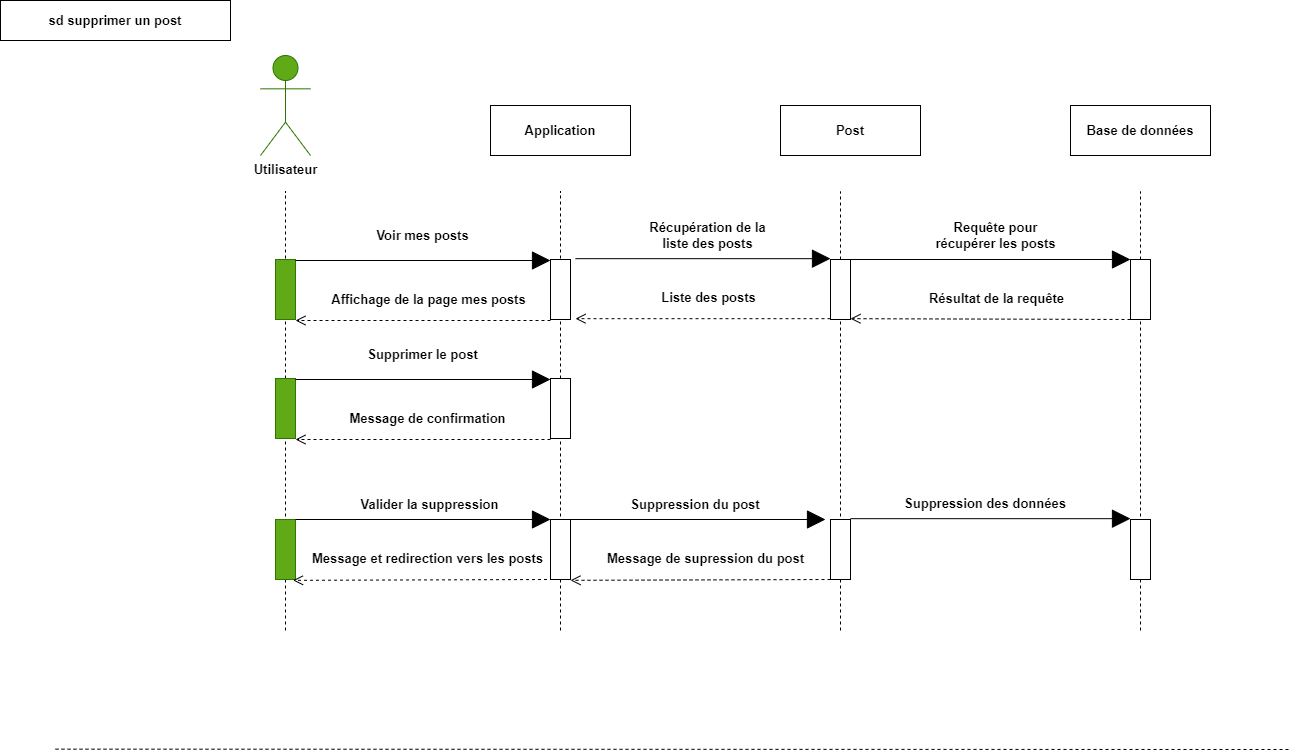
The draw.io diagram Diagrammes UML/Diagramme de sequence supprimer un post.png in maxADev/Blog, before a commit. Source tidied: cells renumbered, new cells last; positions are measured from the earlier drawing's top-left corner, leaving out a move shared by most shapes.
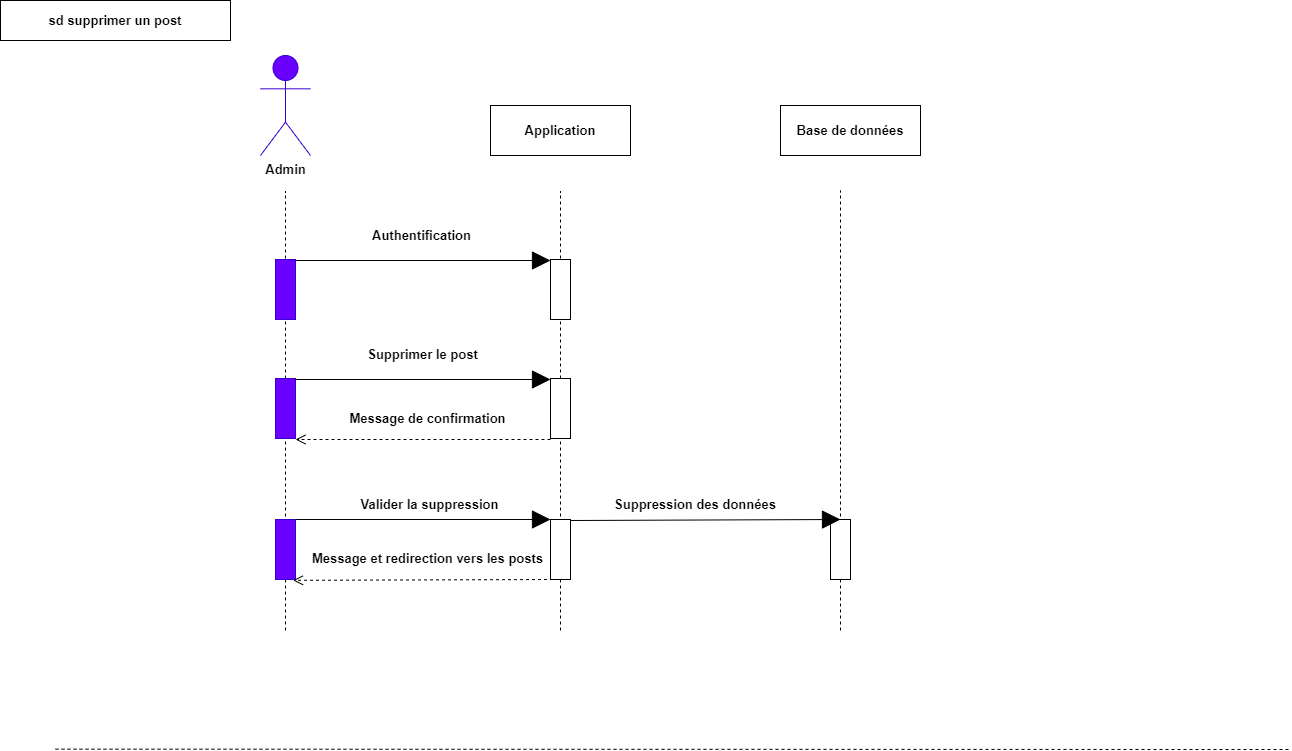
The same file after the commit.

What changed in the source:
```diff
@@ -2,26 +2,12 @@
   <root>
     <mxCell id="0" />
     <mxCell id="1" parent="0" />
-    <mxCell id="2" style="endArrow=none;dashed=1;html=1;rounded=0;" parent="1" edge="1" target="41">
-      <mxGeometry relative="1" as="geometry">
-        <mxPoint x="1140" y="630" as="sourcePoint" />
-      </mxGeometry>
-    </mxCell>
-    <mxCell id="3" style="endArrow=none;dashed=1;html=1;rounded=0;" parent="1" edge="1" target="37">
+    <mxCell id="3" style="endArrow=none;dashed=1;html=1;rounded=0;" parent="1" edge="1">
       <mxGeometry relative="1" as="geometry">
         <mxPoint x="840" y="630" as="sourcePoint" />
+        <mxPoint x="840" y="190" as="targetPoint" />
       </mxGeometry>
     </mxCell>
-    <mxCell id="4" style="endArrow=none;dashed=1;html=1;rounded=0;fontSize=13;" parent="1" edge="1" source="41">
-      <mxGeometry relative="1" as="geometry">
-        <mxPoint x="1140" y="191" as="targetPoint" />
-      </mxGeometry>
-    </mxCell>
-    <mxCell id="5" style="endArrow=none;dashed=1;html=1;rounded=0;fontSize=13;" parent="1" edge="1" source="37">
-      <mxGeometry relative="1" as="geometry">
-        <mxPoint x="840" y="191" as="targetPoint" />
-      </mxGeometry>
-    </mxCell>
     <mxCell id="6" style="endArrow=none;dashed=1;html=1;rounded=0;" parent="1" edge="1">
       <mxGeometry relative="1" as="geometry">
         <mxPoint x="560" y="630" as="sourcePoint" />
@@ -37,21 +23,18 @@
     <mxCell id="8" value="sd supprimer un post" style="rounded=0;whiteSpace=wrap;html=1;fontSize=13;fontStyle=1;" parent="1" vertex="1">
       <mxGeometry width="230" height="40" as="geometry" />
     </mxCell>
-    <mxCell id="9" value="&lt;font color=&quot;#000000&quot;&gt;Utilisateur&lt;/font&gt;" style="shape=umlActor;verticalLabelPosition=bottom;verticalAlign=top;html=1;fillColor=#60a917;fontColor=#ffffff;strokeColor=#2D7600;fontSize=13;fontStyle=1;" parent="1" vertex="1">
+    <mxCell id="9" value="&lt;font color=&quot;#000000&quot;&gt;Admin&lt;/font&gt;" style="shape=umlActor;verticalLabelPosition=bottom;verticalAlign=top;html=1;fillColor=#6a00ff;fontColor=#ffffff;strokeColor=#3700CC;fontSize=13;fontStyle=1;" parent="1" vertex="1">
       <mxGeometry x="260" y="55" width="50" height="100" as="geometry" />
     </mxCell>
-    <mxCell id="10" style="rounded=0;whiteSpace=wrap;html=1;fontSize=13;fontStyle=1;fillColor=#60a917;fontColor=#ffffff;strokeColor=#2D7600;" parent="1" vertex="1">
+    <mxCell id="10" style="rounded=0;whiteSpace=wrap;html=1;fontSize=13;fontStyle=1;fillColor=#6a00ff;fontColor=#ffffff;strokeColor=#3700CC;" parent="1" vertex="1">
       <mxGeometry x="275" y="378" width="20" height="60" as="geometry" />
     </mxCell>
     <mxCell id="11" value="Application" style="html=1;whiteSpace=wrap;fontSize=13;fontStyle=1;" parent="1" vertex="1">
       <mxGeometry x="490" y="105" width="140" height="50" as="geometry" />
     </mxCell>
-    <mxCell id="12" value="Post" style="html=1;whiteSpace=wrap;fontSize=13;fontStyle=1;" parent="1" vertex="1">
+    <mxCell id="12" value="Base de données" style="html=1;whiteSpace=wrap;fontSize=13;fontStyle=1;" parent="1" vertex="1">
       <mxGeometry x="780" y="105" width="140" height="50" as="geometry" />
     </mxCell>
-    <mxCell id="13" value="Base de données" style="html=1;whiteSpace=wrap;fontSize=13;fontStyle=1;" parent="1" vertex="1">
-      <mxGeometry x="1070" y="105" width="140" height="50" as="geometry" />
-    </mxCell>
     <mxCell id="14" style="endArrow=block;endSize=16;endFill=1;html=1;rounded=0;entryX=0;entryY=0;entryDx=0;entryDy=0;fontSize=13;fontStyle=1;" parent="1" edge="1">
       <mxGeometry x="0.12" y="70" relative="1" as="geometry">
         <mxPoint x="295" y="379" as="sourcePoint" />
@@ -70,7 +53,7 @@
         <mxPoint x="295" y="439" as="targetPoint" />
       </mxGeometry>
     </mxCell>
-    <mxCell id="18" style="rounded=0;whiteSpace=wrap;html=1;fontSize=13;fontStyle=1;fillColor=#60a917;fontColor=#ffffff;strokeColor=#2D7600;" parent="1" vertex="1">
+    <mxCell id="18" style="rounded=0;whiteSpace=wrap;html=1;fontSize=13;fontStyle=1;fillColor=#6a00ff;fontColor=#ffffff;strokeColor=#3700CC;" parent="1" vertex="1">
       <mxGeometry x="275" y="519" width="20" height="60" as="geometry" />
     </mxCell>
     <mxCell id="19" style="endArrow=block;endSize=16;endFill=1;html=1;rounded=0;entryX=0;entryY=0;entryDx=0;entryDy=0;fontSize=13;fontStyle=1;" parent="1" edge="1">
@@ -85,36 +68,9 @@
     <mxCell id="21" value="Valider la suppression" style="text;html=1;strokeColor=none;fillColor=none;align=center;verticalAlign=middle;whiteSpace=wrap;rounded=0;fontSize=13;fontStyle=1;" parent="1" vertex="1">
       <mxGeometry x="347.5" y="489" width="162.5" height="30" as="geometry" />
     </mxCell>
-    <mxCell id="22" style="endArrow=block;endSize=16;endFill=1;html=1;rounded=0;entryX=0;entryY=0;entryDx=0;entryDy=0;fontSize=13;fontStyle=1;" parent="1" edge="1">
-      <mxGeometry x="0.12" y="70" relative="1" as="geometry">
-        <mxPoint x="570" y="519" as="sourcePoint" />
-        <mxPoint x="825" y="519" as="targetPoint" />
-      </mxGeometry>
-    </mxCell>
     <mxCell id="23" style="rounded=0;whiteSpace=wrap;html=1;fontSize=13;fontStyle=1;" parent="1" vertex="1">
       <mxGeometry x="830" y="519" width="20" height="60" as="geometry" />
     </mxCell>
-    <mxCell id="24" value="Suppression du post" style="text;html=1;strokeColor=none;fillColor=none;align=center;verticalAlign=middle;whiteSpace=wrap;rounded=0;fontSize=13;fontStyle=1;" parent="1" vertex="1">
-      <mxGeometry x="620" y="489" width="150" height="30" as="geometry" />
-    </mxCell>
-    <mxCell id="25" style="rounded=0;whiteSpace=wrap;html=1;fontSize=13;fontStyle=1;" parent="1" vertex="1">
-      <mxGeometry x="1130" y="519" width="20" height="60" as="geometry" />
-    </mxCell>
-    <mxCell id="26" style="endArrow=block;endSize=16;endFill=1;html=1;rounded=0;entryX=0;entryY=0;entryDx=0;entryDy=0;fontSize=13;fontStyle=1;" parent="1" edge="1">
-      <mxGeometry x="0.12" y="70" relative="1" as="geometry">
-        <mxPoint x="850" y="518.2" as="sourcePoint" />
-        <mxPoint x="1130" y="518.2" as="targetPoint" />
-      </mxGeometry>
-    </mxCell>
-    <mxCell id="27" value="Suppression des données" style="text;html=1;strokeColor=none;fillColor=none;align=center;verticalAlign=middle;whiteSpace=wrap;rounded=0;fontSize=13;fontStyle=1;" parent="1" vertex="1">
-      <mxGeometry x="900" y="488.2" width="170" height="30" as="geometry" />
-    </mxCell>
-    <mxCell id="28" value="Message de supression du post" style="html=1;verticalAlign=bottom;endArrow=open;dashed=1;endSize=8;curved=0;rounded=0;exitX=0;exitY=1;exitDx=0;exitDy=0;fontSize=13;fontStyle=1;entryX=1;entryY=1;entryDx=0;entryDy=0;" parent="1" edge="1">
-      <mxGeometry x="-0.04" y="-10" relative="1" as="geometry">
-        <mxPoint x="830" y="579" as="sourcePoint" />
-        <mxPoint x="570" y="579.8" as="targetPoint" />
-      </mxGeometry>
-    </mxCell>
     <mxCell id="29" value="Message et redirection vers les posts" style="html=1;verticalAlign=bottom;endArrow=open;dashed=1;endSize=8;curved=0;rounded=0;exitX=0;exitY=1;exitDx=0;exitDy=0;fontSize=13;fontStyle=1;entryX=1;entryY=1;entryDx=0;entryDy=0;" parent="1" edge="1">
       <mxGeometry x="-0.04" y="-10" relative="1" as="geometry">
         <mxPoint x="552.5" y="579" as="sourcePoint" />
@@ -127,60 +83,29 @@
         <mxPoint x="1290" y="749" as="targetPoint" />
       </mxGeometry>
     </mxCell>
-    <mxCell id="31" style="rounded=0;whiteSpace=wrap;html=1;fontSize=13;fontStyle=1;fillColor=#60a917;fontColor=#ffffff;strokeColor=#2D7600;" parent="1" vertex="1">
+    <mxCell id="31" style="rounded=0;whiteSpace=wrap;html=1;fontSize=13;fontStyle=1;fillColor=#6a00ff;fontColor=#ffffff;strokeColor=#3700CC;" parent="1" vertex="1">
       <mxGeometry x="275" y="259" width="20" height="60" as="geometry" />
     </mxCell>
-    <mxCell id="32" style="endArrow=block;endSize=16;endFill=1;html=1;rounded=0;entryX=0;entryY=0;entryDx=0;entryDy=0;fontSize=13;fontStyle=1;" parent="1" edge="1">
-      <mxGeometry x="0.12" y="70" relative="1" as="geometry">
-        <mxPoint x="295" y="260" as="sourcePoint" />
-        <mxPoint x="550" y="260" as="targetPoint" />
-      </mxGeometry>
-    </mxCell>
     <mxCell id="33" style="rounded=0;whiteSpace=wrap;html=1;fontSize=13;fontStyle=1;" parent="1" vertex="1">
       <mxGeometry x="550" y="259" width="20" height="60" as="geometry" />
     </mxCell>
-    <mxCell id="34" value="Voir mes posts" style="text;html=1;strokeColor=none;fillColor=none;align=center;verticalAlign=middle;whiteSpace=wrap;rounded=0;fontSize=13;fontStyle=1;" parent="1" vertex="1">
-      <mxGeometry x="360" y="220" width="125" height="30" as="geometry" />
-    </mxCell>
-    <mxCell id="35" value="Affichage de la page mes posts" style="html=1;verticalAlign=bottom;endArrow=open;dashed=1;endSize=8;curved=0;rounded=0;exitX=0;exitY=1;exitDx=0;exitDy=0;fontSize=13;fontStyle=1;entryX=1;entryY=1;entryDx=0;entryDy=0;" parent="1" edge="1">
-      <mxGeometry x="-0.04" y="-10" relative="1" as="geometry">
-        <mxPoint x="550" y="320" as="sourcePoint" />
-        <mxPoint x="295" y="320" as="targetPoint" />
-      </mxGeometry>
-    </mxCell>
-    <mxCell id="36" style="endArrow=block;endSize=16;endFill=1;html=1;rounded=0;entryX=0;entryY=0;entryDx=0;entryDy=0;fontSize=13;fontStyle=1;" parent="1" edge="1">
-      <mxGeometry x="0.12" y="70" relative="1" as="geometry">
-        <mxPoint x="575" y="258.2" as="sourcePoint" />
-        <mxPoint x="830" y="258.2" as="targetPoint" />
-      </mxGeometry>
-    </mxCell>
-    <mxCell id="37" style="rounded=0;whiteSpace=wrap;html=1;fontSize=13;fontStyle=1;" parent="1" vertex="1">
-      <mxGeometry x="830" y="259" width="20" height="60" as="geometry" />
-    </mxCell>
-    <mxCell id="38" value="Récupération de la liste des posts" style="text;html=1;strokeColor=none;fillColor=none;align=center;verticalAlign=middle;whiteSpace=wrap;rounded=0;fontSize=13;fontStyle=1;" parent="1" vertex="1">
-      <mxGeometry x="645" y="220" width="125" height="30" as="geometry" />
-    </mxCell>
-    <mxCell id="39" style="endArrow=block;endSize=16;endFill=1;html=1;rounded=0;entryX=0;entryY=0;entryDx=0;entryDy=0;fontSize=13;fontStyle=1;" parent="1" edge="1" target="41">
-      <mxGeometry x="0.12" y="70" relative="1" as="geometry">
-        <mxPoint x="850" y="259" as="sourcePoint" />
-      </mxGeometry>
-    </mxCell>
-    <mxCell id="40" value="Résultat de la requête" style="html=1;verticalAlign=bottom;endArrow=open;dashed=1;endSize=8;curved=0;rounded=0;exitX=0;exitY=1;exitDx=0;exitDy=0;fontSize=13;fontStyle=1;entryX=1;entryY=1;entryDx=0;entryDy=0;" parent="1" edge="1" source="41">
-      <mxGeometry x="-0.04" y="-10" relative="1" as="geometry">
-        <mxPoint x="850" y="318.2" as="targetPoint" />
-      </mxGeometry>
-    </mxCell>
-    <mxCell id="41" style="rounded=0;whiteSpace=wrap;html=1;fontSize=13;fontStyle=1;" parent="1" vertex="1">
-      <mxGeometry x="1130" y="259" width="20" height="60" as="geometry" />
-    </mxCell>
-    <mxCell id="42" value="Requête pour récupérer les posts" style="text;html=1;strokeColor=none;fillColor=none;align=center;verticalAlign=middle;whiteSpace=wrap;rounded=0;fontSize=13;fontStyle=1;" parent="1" vertex="1">
-      <mxGeometry x="932.5" y="220" width="125" height="30" as="geometry" />
-    </mxCell>
-    <mxCell id="43" value="Liste des posts" style="html=1;verticalAlign=bottom;endArrow=open;dashed=1;endSize=8;curved=0;rounded=0;exitX=0;exitY=1;exitDx=0;exitDy=0;fontSize=13;fontStyle=1;entryX=1;entryY=1;entryDx=0;entryDy=0;" parent="1" edge="1">
-      <mxGeometry x="-0.04" y="-10" relative="1" as="geometry">
-        <mxPoint x="830" y="318.2" as="sourcePoint" />
-        <mxPoint x="575" y="318.2" as="targetPoint" />
-      </mxGeometry>
-    </mxCell>
+    <mxCell id="44" style="endArrow=block;endSize=16;endFill=1;html=1;rounded=0;entryX=0;entryY=0;entryDx=0;entryDy=0;fontSize=13;fontStyle=1;" parent="1" edge="1">
+      <mxGeometry x="0.12" y="70" relative="1" as="geometry">
+        <mxPoint x="570" y="520" as="sourcePoint" />
+        <mxPoint x="840" y="519" as="targetPoint" />
+      </mxGeometry>
+    </mxCell>
+    <mxCell id="27" value="Suppression des données" style="text;html=1;strokeColor=none;fillColor=none;align=center;verticalAlign=middle;whiteSpace=wrap;rounded=0;fontSize=13;fontStyle=1;" parent="1" vertex="1">
+      <mxGeometry x="610" y="489" width="170" height="30" as="geometry" />
+    </mxCell>
+    <mxCell id="45" style="endArrow=block;endSize=16;endFill=1;html=1;rounded=0;fontSize=13;fontStyle=1;" parent="1" edge="1">
+      <mxGeometry x="0.12" y="70" relative="1" as="geometry">
+        <mxPoint x="295" y="260" as="sourcePoint" />
+        <mxPoint x="550" y="260" as="targetPoint" />
+      </mxGeometry>
+    </mxCell>
+    <mxCell id="46" value="Authentification" style="text;html=1;strokeColor=none;fillColor=none;align=center;verticalAlign=middle;whiteSpace=wrap;rounded=0;fontSize=13;fontStyle=1;" parent="1" vertex="1">
+      <mxGeometry x="340" y="220" width="162.5" height="30" as="geometry" />
+    </mxCell>
   </root>
 </mxGraphModel>
```
